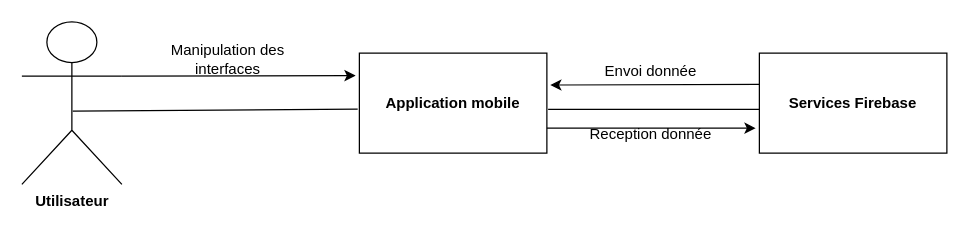
Josback04/MON_TFC keeps this draw.io diagram as Modélisation et diagramme/diagramme contexte.drawio. Above is the earlier version. Source tidied: cells renumbered, new cells numbered last; positions are measured from the earlier drawing's top-left corner, leaving out a move shared by most shapes. Both pictures are drawn from the tidied source at 125%, with x=0, y=0 at pixel (21, 21).
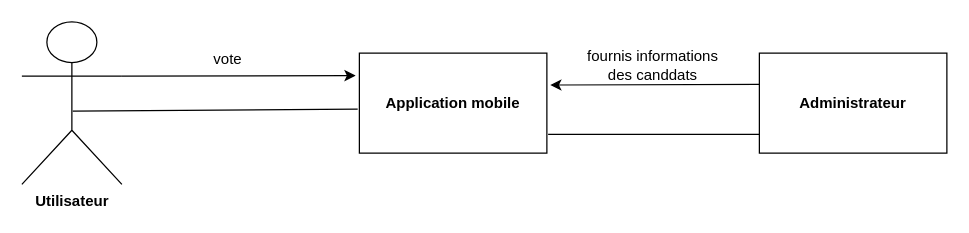
The same page after the edit.

What changed in the source:
```diff
@@
 <mxGraphModel>
   <root>
     <mxCell id="0" />
     <mxCell id="1" parent="0" />
     <mxCell id="2" value="&lt;b&gt;Utilisateur&lt;/b&gt;" style="shape=umlActor;verticalLabelPosition=bottom;verticalAlign=top;html=1;outlineConnect=0;rounded=1;glass=0;align=center;" parent="1" vertex="1">
       <mxGeometry width="80" height="130" as="geometry" />
     </mxCell>
     <mxCell id="3" value="&lt;b&gt;Application mobile&lt;/b&gt;" style="rounded=0;whiteSpace=wrap;html=1;glass=0;align=center;" parent="1" vertex="1">
       <mxGeometry x="270" y="25" width="150" height="80" as="geometry" />
     </mxCell>
-    <mxCell id="4" value="&lt;b&gt;Services Firebase&lt;/b&gt;" style="rounded=0;whiteSpace=wrap;html=1;glass=0;align=center;" parent="1" vertex="1">
+    <mxCell id="4" value="&lt;b&gt;Administrateur&lt;/b&gt;" style="rounded=0;whiteSpace=wrap;html=1;glass=0;align=center;" parent="1" vertex="1">
       <mxGeometry x="590" y="25" width="150" height="80" as="geometry" />
     </mxCell>
     <mxCell id="5" style="endArrow=none;html=1;strokeColor=#000000;exitX=0.509;exitY=0.549;exitDx=0;exitDy=0;exitPerimeter=0;entryX=-0.009;entryY=0.559;entryDx=0;entryDy=0;entryPerimeter=0;" parent="1" edge="1" source="2" target="3">
       <mxGeometry relative="1" as="geometry" />
     </mxCell>
     <mxCell id="6" style="endArrow=none;html=1;strokeColor=#000000;entryX=-0.009;entryY=0.559;entryDx=0;entryDy=0;entryPerimeter=0;" parent="1" edge="1">
       <mxGeometry relative="1" as="geometry">
-        <mxPoint x="421" y="70" as="sourcePoint" />
-        <mxPoint x="590" y="70" as="targetPoint" />
+        <mxPoint x="421" y="90" as="sourcePoint" />
+        <mxPoint x="590" y="90" as="targetPoint" />
       </mxGeometry>
     </mxCell>
-    <mxCell id="7" style="endArrow=classic;html=1;strokeColor=#000000;exitX=1;exitY=0.75;exitDx=0;exitDy=0;" parent="1" edge="1" source="3">
-      <mxGeometry relative="1" as="geometry">
-        <mxPoint x="587" y="85" as="targetPoint" />
-      </mxGeometry>
-    </mxCell>
     <mxCell id="8" style="endArrow=classic;html=1;strokeColor=#000000;exitX=0;exitY=0.313;exitDx=0;exitDy=0;exitPerimeter=0;entryX=1.018;entryY=0.319;entryDx=0;entryDy=0;entryPerimeter=0;" parent="1" edge="1" source="4" target="3">
       <mxGeometry relative="1" as="geometry" />
     </mxCell>
-    <mxCell id="9" value="Reception donnée&amp;nbsp;" style="text;html=1;strokeColor=none;fillColor=none;align=center;verticalAlign=middle;whiteSpace=wrap;rounded=0;glass=0;" parent="1" vertex="1">
-      <mxGeometry x="450" y="80" width="110" height="20" as="geometry" />
-    </mxCell>
-    <mxCell id="10" value="Envoi donnée&amp;nbsp;" style="text;html=1;strokeColor=none;fillColor=none;align=center;verticalAlign=middle;whiteSpace=wrap;rounded=0;glass=0;" parent="1" vertex="1">
-      <mxGeometry x="450" y="30" width="110" height="20" as="geometry" />
+    <mxCell id="10" value="fournis informations des canddats" style="text;html=1;strokeColor=none;fillColor=none;align=center;verticalAlign=middle;whiteSpace=wrap;rounded=0;glass=0;" parent="1" vertex="1">
+      <mxGeometry x="450" y="25" width="110" height="20" as="geometry" />
     </mxCell>
     <mxCell id="11" style="endArrow=classic;html=1;strokeColor=#000000;exitX=1;exitY=0.3333333333333333;exitDx=0;exitDy=0;exitPerimeter=0;" parent="1" edge="1" source="2">
       <mxGeometry relative="1" as="geometry">
         <mxPoint x="267" y="43" as="targetPoint" />
       </mxGeometry>
     </mxCell>
-    <mxCell id="12" value="Manipulation des interfaces" style="text;html=1;strokeColor=none;fillColor=none;align=center;verticalAlign=middle;whiteSpace=wrap;rounded=0;glass=0;" parent="1" vertex="1">
+    <mxCell id="12" value="vote" style="text;html=1;strokeColor=none;fillColor=none;align=center;verticalAlign=middle;whiteSpace=wrap;rounded=0;glass=0;" parent="1" vertex="1">
       <mxGeometry x="110" y="20" width="110" height="20" as="geometry" />
     </mxCell>
   </root>
 </mxGraphModel>
```
